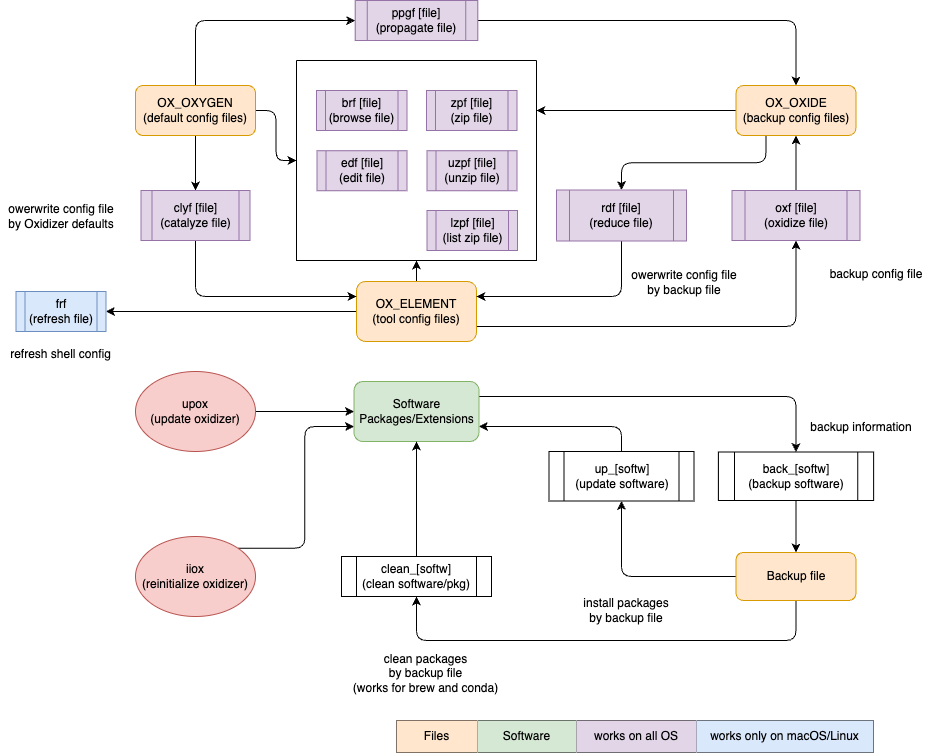
This is docs/design.drawio.png from ivaquero/backup, a draw.io export, as it was before one commit. Source tidied: cells renumbered, new cells last; positions are measured from the earlier drawing's top-left corner, leaving out a move shared by most shapes.
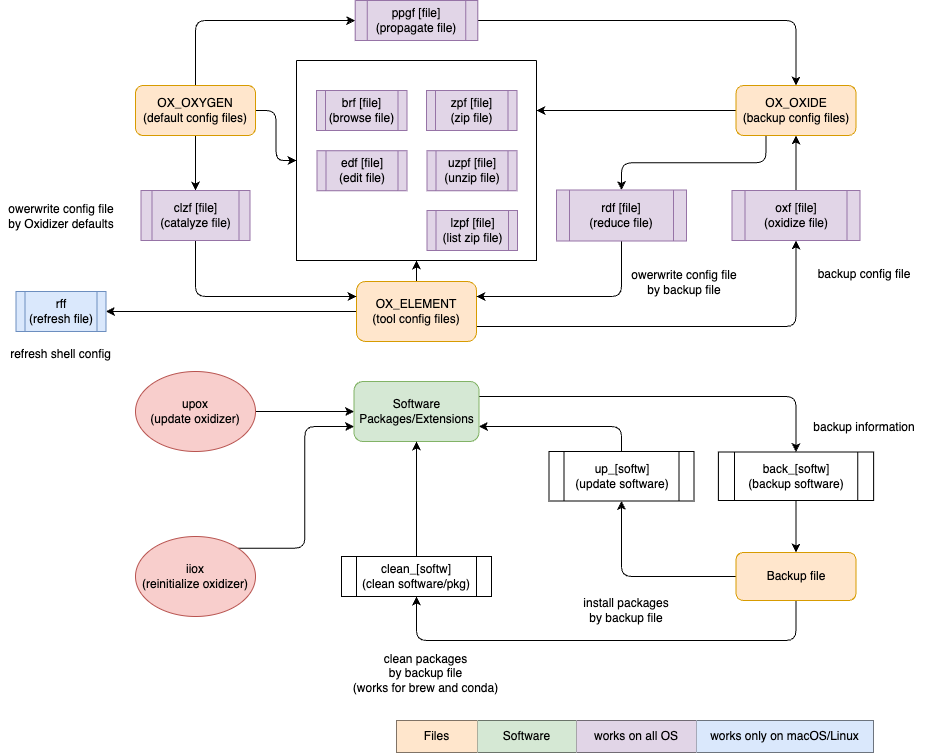
Later version of the same file.

The edit, as a diff of the source:
```diff
@@ -38,7 +38,7 @@
     <mxCell id="13" style="edgeStyle=orthogonalEdgeStyle;html=1;exitX=0.5;exitY=1;exitDx=0;exitDy=0;entryX=0;entryY=0.25;entryDx=0;entryDy=0;" parent="1" edge="1" source="14" target="5">
       <mxGeometry relative="1" as="geometry" />
     </mxCell>
-    <mxCell id="14" value="clyf [file]&lt;br&gt;(catalyze file)" style="shape=process;whiteSpace=wrap;html=1;backgroundOutline=1;fillColor=#e1d5e7;strokeColor=#9673a6;" parent="1" vertex="1">
+    <mxCell id="14" value="clzf [file]&lt;br&gt;(catalyze file)" style="shape=process;whiteSpace=wrap;html=1;backgroundOutline=1;fillColor=#e1d5e7;strokeColor=#9673a6;" parent="1" vertex="1">
       <mxGeometry x="140.5" y="190" width="109" height="50" as="geometry" />
     </mxCell>
     <mxCell id="15" value="owerwrite config file by Oxidizer defaults" style="text;html=1;strokeColor=none;fillColor=none;align=center;verticalAlign=middle;whiteSpace=wrap;rounded=0;" parent="1" vertex="1">
@@ -50,8 +50,8 @@
     <mxCell id="17" value="oxf [file]&lt;br&gt;(oxidize file)" style="shape=process;whiteSpace=wrap;html=1;backgroundOutline=1;fillColor=#e1d5e7;strokeColor=#9673a6;" parent="1" vertex="1">
       <mxGeometry x="731.5" y="190" width="128" height="50" as="geometry" />
     </mxCell>
-    <mxCell id="18" value="backup config file" style="text;html=1;strokeColor=none;fillColor=none;align=center;verticalAlign=middle;whiteSpace=wrap;rounded=0;" parent="1" vertex="1">
-      <mxGeometry x="816" y="254" width="120" height="40" as="geometry" />
+    <mxCell id="18" value="backup config file" style="text;html=1;strokeColor=none;fillColor=none;align=center;verticalAlign=middle;whiteSpace=wrap;rounded=0;flipV=1;" parent="1" vertex="1">
+      <mxGeometry x="804" y="254" width="120" height="40" as="geometry" />
     </mxCell>
     <mxCell id="19" style="edgeStyle=orthogonalEdgeStyle;html=1;exitX=0.5;exitY=1;exitDx=0;exitDy=0;entryX=1;entryY=0.25;entryDx=0;entryDy=0;" parent="1" edge="1" source="20" target="5">
       <mxGeometry relative="1" as="geometry" />
@@ -94,13 +94,13 @@
     <mxCell id="30" value="up_[softw]&lt;br&gt;(update software)" style="shape=process;whiteSpace=wrap;html=1;backgroundOutline=1;" parent="1" vertex="1">
       <mxGeometry x="548.5" y="451" width="145" height="49.5" as="geometry" />
     </mxCell>
-    <mxCell id="31" value="backup information" style="text;html=1;strokeColor=none;fillColor=none;align=center;verticalAlign=middle;whiteSpace=wrap;rounded=0;" parent="1" vertex="1">
-      <mxGeometry x="801" y="407" width="120" height="40" as="geometry" />
+    <mxCell id="31" value="backup information" style="text;html=1;strokeColor=none;fillColor=none;align=center;verticalAlign=middle;whiteSpace=wrap;rounded=0;flipV=1;" parent="1" vertex="1">
+      <mxGeometry x="804" y="407" width="120" height="40" as="geometry" />
     </mxCell>
     <mxCell id="32" value="install packages&lt;br&gt;by backup file" style="text;html=1;strokeColor=none;fillColor=none;align=center;verticalAlign=middle;whiteSpace=wrap;rounded=0;" parent="1" vertex="1">
       <mxGeometry x="566" y="590" width="120" height="40" as="geometry" />
     </mxCell>
-    <mxCell id="33" value="frf&lt;br&gt;(refresh file)" style="shape=process;whiteSpace=wrap;html=1;backgroundOutline=1;fillColor=#dae8fc;strokeColor=#6c8ebf;" parent="1" vertex="1">
+    <mxCell id="33" value="rff&lt;br&gt;(refresh file)" style="shape=process;whiteSpace=wrap;html=1;backgroundOutline=1;fillColor=#dae8fc;strokeColor=#6c8ebf;" parent="1" vertex="1">
       <mxGeometry x="15.5" y="291" width="90" height="40" as="geometry" />
     </mxCell>
     <mxCell id="34" value="refresh shell config" style="text;html=1;strokeColor=none;fillColor=none;align=center;verticalAlign=middle;whiteSpace=wrap;rounded=0;" parent="1" vertex="1">
```
